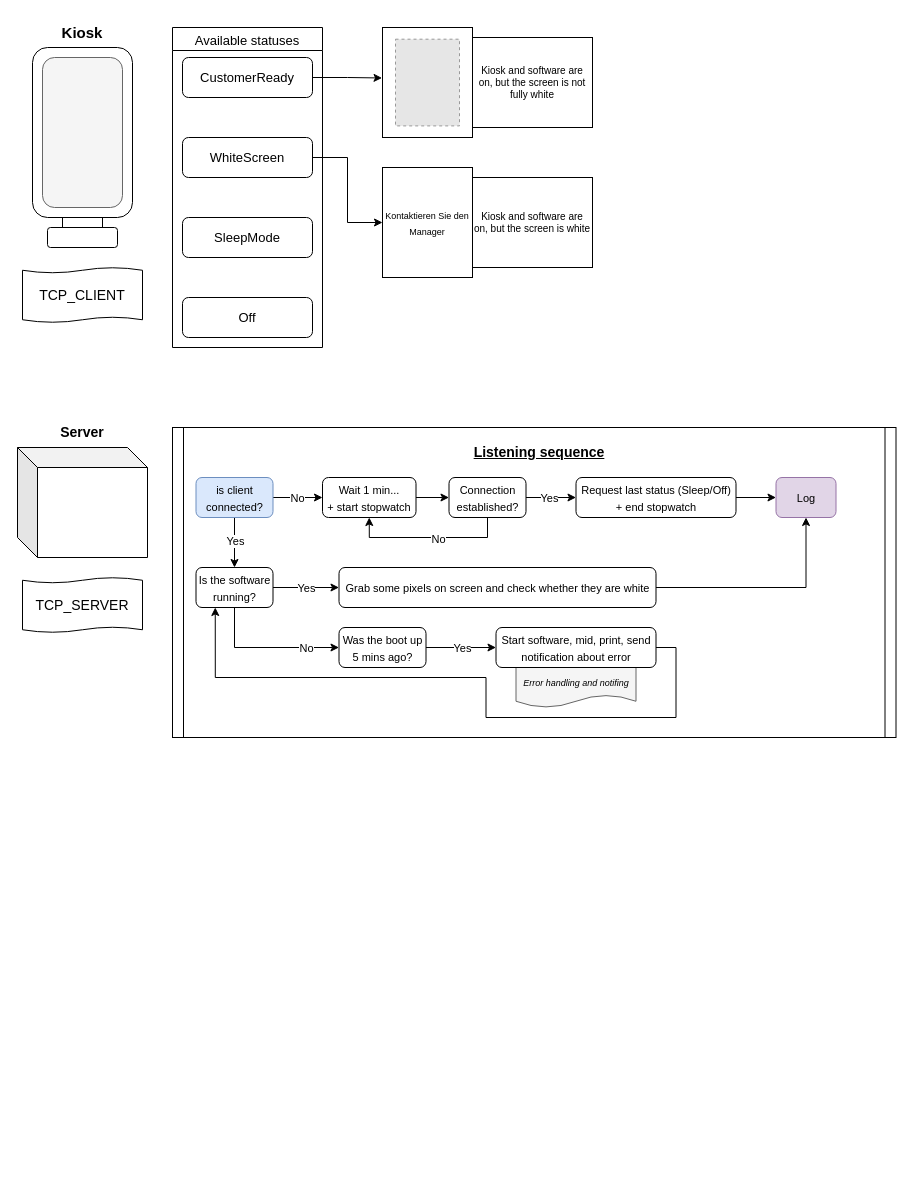
OneGraund/KioskStatusLog keeps this draw.io diagram as Diagram/Diagram.drawio. Above is the earlier version. Source tidied: cells renumbered, new cells numbered last; positions are measured from the earlier drawing's top-left corner, leaving out a move shared by most shapes. Both pictures are drawn from the tidied source at 100%, with x=0, y=0 at pixel (17, 17). Pictures stored in the file or linked from it are replaced by grey dashed boxes.
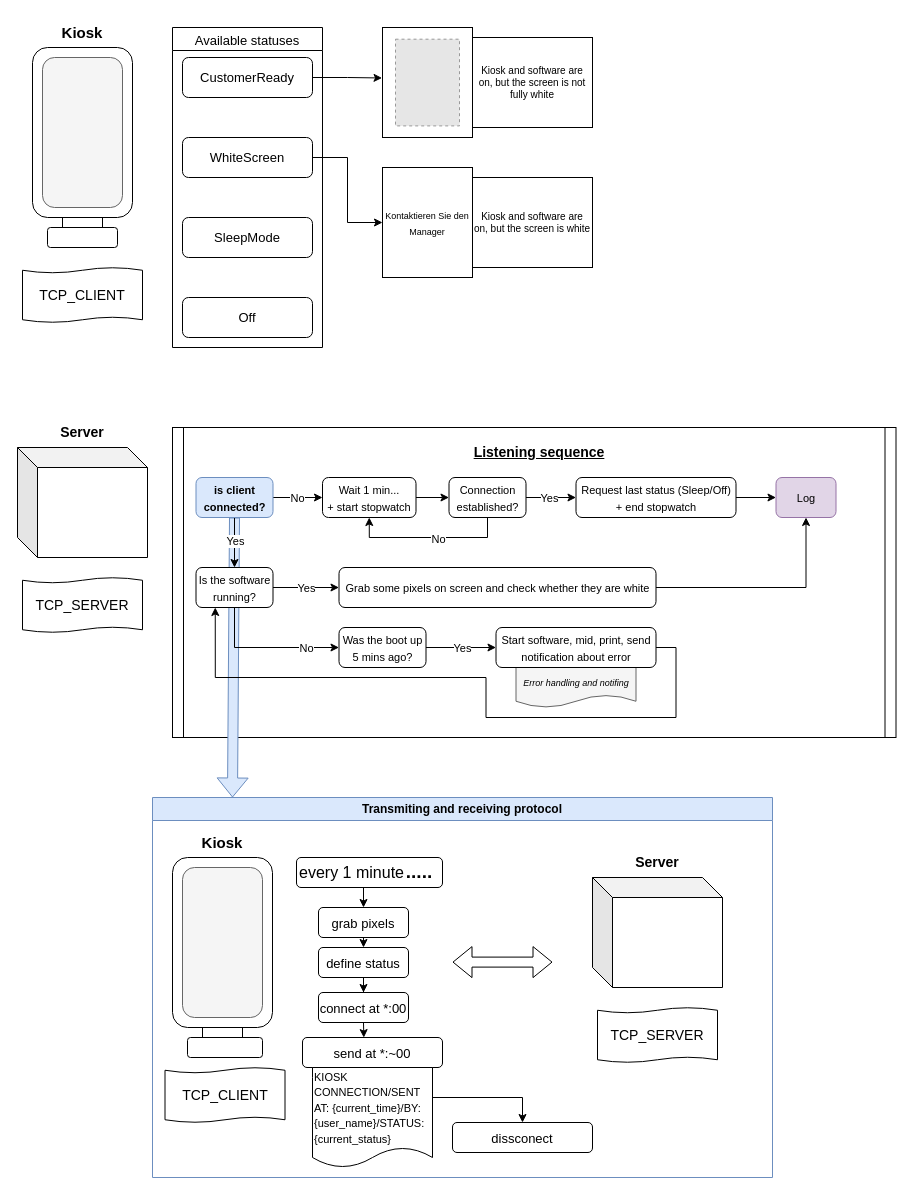
The same diagram, later.

Unchanged cells that the change refers to:
```xml
<mxCell id="50" value="&lt;span style=&quot;font-size: 11px;&quot;&gt;Was the boot up 5 mins ago?&lt;/span&gt;" style="rounded=1;whiteSpace=wrap;html=1;fontSize=14;" parent="1" vertex="1">
  <mxGeometry x="321.5" y="610" width="87" height="40" as="geometry" />
</mxCell>
<mxCell id="53" value="&lt;span style=&quot;font-size: 11px;&quot;&gt;Start software, mid, print, send notification about error&lt;/span&gt;" style="rounded=1;whiteSpace=wrap;html=1;fontSize=14;" parent="1" vertex="1">
  <mxGeometry x="478.5" y="610" width="160" height="40" as="geometry" />
</mxCell>
```

Diff of the diagram source:
```diff
@@
+    <mxCell id="24" style="shape=process;whiteSpace=wrap;html=1;backgroundOutline=1;fontSize=14;size=0.015625;" parent="1" vertex="1">
+      <mxGeometry x="155" y="410" width="723.5" height="310" as="geometry" />
+    </mxCell>
+    <mxCell id="55" style="shape=flexArrow;endArrow=classic;html=1;rounded=0;exitX=0.5;exitY=1;exitDx=0;exitDy=0;fillColor=#dae8fc;strokeColor=#6c8ebf;" parent="1" edge="1" source="30">
+      <mxGeometry relative="1" as="geometry">
+        <mxPoint x="215" y="780" as="targetPoint" />
+      </mxGeometry>
+    </mxCell>
@@
-    <mxCell id="24" style="shape=process;whiteSpace=wrap;html=1;backgroundOutline=1;fontSize=14;size=0.015625;" parent="1" vertex="1">
-      <mxGeometry x="155" y="410" width="723.5" height="310" as="geometry" />
-    </mxCell>
@@
-    <mxCell id="30" value="&lt;font style=&quot;font-size: 11px;&quot;&gt;is client connected?&lt;/font&gt;" style="rounded=1;whiteSpace=wrap;html=1;fontSize=14;fillColor=#dae8fc;strokeColor=#6c8ebf;" parent="1" vertex="1">
+    <mxCell id="30" value="&lt;font style=&quot;font-size: 11px;&quot;&gt;&lt;b&gt;is client connected?&lt;/b&gt;&lt;/font&gt;" style="rounded=1;whiteSpace=wrap;html=1;fontSize=14;fillColor=#dae8fc;strokeColor=#6c8ebf;" parent="1" vertex="1">
       <mxGeometry x="178.5" y="460" width="77" height="40" as="geometry" />
     </mxCell>
@@
-    <mxCell id="43" style="edgeStyle=orthogonalEdgeStyle;rounded=0;jettySize=auto;html=1;entryX=0;entryY=0.5;entryDx=0;entryDy=0;fontSize=11;" parent="1" edge="1" source="45" target="50">
-      <mxGeometry relative="1" as="geometry">
-        <Array as="points">
-          <mxPoint x="217.5" y="630" />
-        </Array>
-      </mxGeometry>
-    </mxCell>
-    <mxCell id="44" value="No" style="edgeLabel;html=1;align=center;verticalAlign=middle;fontSize=11;" parent="43" vertex="1">
-      <mxGeometry x="0.07" y="-1" relative="1" as="geometry">
-        <mxPoint x="34" y="-1" as="offset" />
-      </mxGeometry>
-    </mxCell>
-    <mxCell id="45" value="&lt;span style=&quot;font-size: 11px;&quot;&gt;Is the software running?&lt;/span&gt;" style="rounded=1;whiteSpace=wrap;html=1;fontSize=14;" parent="1" vertex="1">
-      <mxGeometry x="178.5" y="550" width="77" height="40" as="geometry" />
-    </mxCell>
@@
-    <mxCell id="52" style="edgeStyle=orthogonalEdgeStyle;rounded=0;jettySize=auto;html=1;exitX=1;exitY=0.5;exitDx=0;exitDy=0;entryX=0.25;entryY=1;entryDx=0;entryDy=0;fontSize=9;" parent="1" edge="1" source="53" target="45">
-      <mxGeometry relative="1" as="geometry">
-        <Array as="points">
-          <mxPoint x="658.5" y="630" />
-          <mxPoint x="658.5" y="700" />
-          <mxPoint x="468.5" y="700" />
-          <mxPoint x="468.5" y="660" />
-          <mxPoint x="197.5" y="660" />
-        </Array>
-      </mxGeometry>
-    </mxCell>
@@
+    <mxCell id="43" style="edgeStyle=orthogonalEdgeStyle;rounded=0;jettySize=auto;html=1;entryX=0;entryY=0.5;entryDx=0;entryDy=0;fontSize=11;" parent="1" edge="1" source="45" target="50">
+      <mxGeometry relative="1" as="geometry">
+        <Array as="points">
+          <mxPoint x="217.5" y="630" />
+        </Array>
+      </mxGeometry>
+    </mxCell>
+    <mxCell id="44" value="No" style="edgeLabel;html=1;align=center;verticalAlign=middle;fontSize=11;" parent="43" vertex="1">
+      <mxGeometry x="0.07" y="-1" relative="1" as="geometry">
+        <mxPoint x="34" y="-1" as="offset" />
+      </mxGeometry>
+    </mxCell>
+    <mxCell id="45" value="&lt;span style=&quot;font-size: 11px;&quot;&gt;Is the software running?&lt;/span&gt;" style="rounded=1;whiteSpace=wrap;html=1;fontSize=14;" parent="1" vertex="1">
+      <mxGeometry x="178.5" y="550" width="77" height="40" as="geometry" />
+    </mxCell>
+    <mxCell id="52" style="edgeStyle=orthogonalEdgeStyle;rounded=0;jettySize=auto;html=1;exitX=1;exitY=0.5;exitDx=0;exitDy=0;entryX=0.25;entryY=1;entryDx=0;entryDy=0;fontSize=9;" parent="1" edge="1" source="53" target="45">
+      <mxGeometry relative="1" as="geometry">
+        <Array as="points">
+          <mxPoint x="658.5" y="630" />
+          <mxPoint x="658.5" y="700" />
+          <mxPoint x="468.5" y="700" />
+          <mxPoint x="468.5" y="660" />
+          <mxPoint x="197.5" y="660" />
+        </Array>
+      </mxGeometry>
+    </mxCell>
+    <mxCell id="56" style="rounded=1;whiteSpace=wrap;html=1;" parent="1" vertex="1">
+      <mxGeometry x="155" y="840" width="100" height="170" as="geometry" />
+    </mxCell>
+    <mxCell id="57" style="rounded=0;whiteSpace=wrap;html=1;" parent="1" vertex="1">
+      <mxGeometry x="185" y="1010" width="40" height="10" as="geometry" />
+    </mxCell>
+    <mxCell id="58" style="rounded=1;whiteSpace=wrap;html=1;" parent="1" vertex="1">
+      <mxGeometry x="170" y="1020" width="75" height="20" as="geometry" />
+    </mxCell>
+    <mxCell id="59" value="&lt;b&gt;&lt;font style=&quot;font-size: 15px;&quot;&gt;Kiosk&lt;/font&gt;&lt;/b&gt;" style="text;html=1;strokeColor=none;fillColor=none;align=center;verticalAlign=middle;whiteSpace=wrap;rounded=0;" parent="1" vertex="1">
+      <mxGeometry x="175" y="810" width="60" height="30" as="geometry" />
+    </mxCell>
+    <mxCell id="60" style="rounded=1;whiteSpace=wrap;html=1;fontSize=15;fillColor=#f5f5f5;fontColor=#333333;strokeColor=#666666;" parent="1" vertex="1">
+      <mxGeometry x="165" y="850" width="80" height="150" as="geometry" />
+    </mxCell>
+    <mxCell id="61" value="Transmiting and receiving protocol" style="swimlane;whiteSpace=wrap;html=1;fillColor=#dae8fc;strokeColor=#6c8ebf;swimlaneLine=1;" parent="1" vertex="1">
+      <mxGeometry x="135" y="780" width="620" height="380" as="geometry" />
+    </mxCell>
+    <mxCell id="62" style="rounded=1;whiteSpace=wrap;html=1;fontSize=16;" parent="61" vertex="1">
+      <mxGeometry x="144" y="60" width="146" height="30" as="geometry" />
+    </mxCell>
+    <mxCell id="63" value="TCP_CLIENT" style="shape=tape;whiteSpace=wrap;html=1;fontSize=14;size=0.1;" parent="61" vertex="1">
+      <mxGeometry x="12.5" y="270" width="120" height="55" as="geometry" />
+    </mxCell>
+    <mxCell id="64" value="&lt;b&gt;&lt;font style=&quot;font-size: 19px;&quot;&gt;.....&lt;/font&gt;&lt;/b&gt;" style="text;html=1;strokeColor=none;fillColor=none;align=center;verticalAlign=middle;whiteSpace=wrap;rounded=0;" parent="61" vertex="1">
+      <mxGeometry x="242.5" y="65" width="47.5" height="20" as="geometry" />
+    </mxCell>
+    <mxCell id="65" style="edgeStyle=orthogonalEdgeStyle;rounded=0;jettySize=auto;html=1;exitX=0.5;exitY=1;exitDx=0;exitDy=0;entryX=0.5;entryY=0;entryDx=0;entryDy=0;fontSize=13;" parent="61" edge="1" source="66" target="68">
+      <mxGeometry relative="1" as="geometry" />
+    </mxCell>
+    <mxCell id="66" value="&lt;font style=&quot;font-size: 16px;&quot;&gt;every 1 minute&lt;/font&gt;" style="text;html=1;strokeColor=none;fillColor=none;align=center;verticalAlign=middle;whiteSpace=wrap;rounded=0;fontSize=19;" parent="61" vertex="1">
+      <mxGeometry x="132.5" y="60" width="133" height="30" as="geometry" />
+    </mxCell>
+    <mxCell id="67" style="edgeStyle=orthogonalEdgeStyle;rounded=0;jettySize=auto;html=1;exitX=0.5;exitY=1;exitDx=0;exitDy=0;entryX=0.5;entryY=0;entryDx=0;entryDy=0;fontSize=13;" parent="61" edge="1" source="68" target="70">
+      <mxGeometry relative="1" as="geometry" />
+    </mxCell>
+    <mxCell id="68" value="&lt;font style=&quot;font-size: 13px;&quot;&gt;grab pixels&lt;/font&gt;" style="rounded=1;whiteSpace=wrap;html=1;fontSize=16;" parent="61" vertex="1">
+      <mxGeometry x="166" y="110" width="90" height="30" as="geometry" />
+    </mxCell>
+    <mxCell id="69" style="edgeStyle=orthogonalEdgeStyle;rounded=0;jettySize=auto;html=1;fontSize=11;" parent="61" edge="1" source="70" target="78">
+      <mxGeometry relative="1" as="geometry" />
+    </mxCell>
+    <mxCell id="70" value="&lt;span style=&quot;font-size: 13px;&quot;&gt;define status&lt;/span&gt;" style="rounded=1;whiteSpace=wrap;html=1;fontSize=16;" parent="61" vertex="1">
+      <mxGeometry x="166" y="150" width="90" height="30" as="geometry" />
+    </mxCell>
+    <mxCell id="71" style="edgeStyle=orthogonalEdgeStyle;rounded=0;jettySize=auto;html=1;fontSize=11;" parent="61" edge="1" source="72" target="79">
+      <mxGeometry relative="1" as="geometry">
+        <Array as="points">
+          <mxPoint x="220" y="300" />
+          <mxPoint x="370" y="300" />
+        </Array>
+      </mxGeometry>
+    </mxCell>
+    <mxCell id="72" value="&lt;span style=&quot;font-size: 13px;&quot;&gt;send at *:~00&lt;/span&gt;" style="rounded=1;whiteSpace=wrap;html=1;fontSize=16;" parent="61" vertex="1">
+      <mxGeometry x="150" y="240" width="140" height="30" as="geometry" />
+    </mxCell>
+    <mxCell id="73" value="&lt;font style=&quot;font-size: 11px;&quot;&gt;KIOSK CONNECTION/SENT AT: {current_time}/BY: {user_name}/STATUS:{current_status}&lt;/font&gt;" style="shape=document;whiteSpace=wrap;html=1;boundedLbl=1;fontSize=13;size=0.2;align=left;" parent="61" vertex="1">
+      <mxGeometry x="160" y="270" width="120" height="100" as="geometry" />
+    </mxCell>
+    <mxCell id="74" style="shape=cube;whiteSpace=wrap;html=1;boundedLbl=1;backgroundOutline=1;darkOpacity=0.05;darkOpacity2=0.1;fontSize=10;" parent="61" vertex="1">
+      <mxGeometry x="440" y="80" width="130" height="110" as="geometry" />
+    </mxCell>
+    <mxCell id="75" value="&lt;b&gt;&lt;font style=&quot;font-size: 14px;&quot;&gt;Server&lt;/font&gt;&lt;/b&gt;" style="text;html=1;strokeColor=none;fillColor=none;align=center;verticalAlign=middle;whiteSpace=wrap;rounded=0;fontSize=10;" parent="61" vertex="1">
+      <mxGeometry x="475" y="50" width="60" height="30" as="geometry" />
+    </mxCell>
+    <mxCell id="76" value="TCP_SERVER" style="shape=tape;whiteSpace=wrap;html=1;fontSize=14;size=0.1;" parent="61" vertex="1">
+      <mxGeometry x="445" y="210" width="120" height="55" as="geometry" />
+    </mxCell>
+    <mxCell id="77" style="edgeStyle=orthogonalEdgeStyle;rounded=0;jettySize=auto;html=1;exitX=0.5;exitY=1;exitDx=0;exitDy=0;entryX=0.438;entryY=0.003;entryDx=0;entryDy=0;entryPerimeter=0;fontSize=11;" parent="61" edge="1" source="78" target="72">
+      <mxGeometry relative="1" as="geometry" />
+    </mxCell>
+    <mxCell id="78" value="&lt;span style=&quot;font-size: 13px;&quot;&gt;connect at *:00&lt;/span&gt;" style="rounded=1;whiteSpace=wrap;html=1;fontSize=16;" parent="61" vertex="1">
+      <mxGeometry x="166" y="195" width="90" height="30" as="geometry" />
+    </mxCell>
+    <mxCell id="79" value="&lt;span style=&quot;font-size: 13px;&quot;&gt;dissconect&lt;/span&gt;" style="rounded=1;whiteSpace=wrap;html=1;fontSize=16;" parent="61" vertex="1">
+      <mxGeometry x="300" y="325" width="140" height="30" as="geometry" />
+    </mxCell>
+    <mxCell id="80" style="shape=flexArrow;endArrow=classic;startArrow=classic;html=1;rounded=0;fontSize=11;" parent="61" edge="1">
+      <mxGeometry relative="1" as="geometry">
+        <mxPoint x="300" y="164.6" as="sourcePoint" />
+        <mxPoint x="400" y="164.6" as="targetPoint" />
+      </mxGeometry>
+    </mxCell>
```
